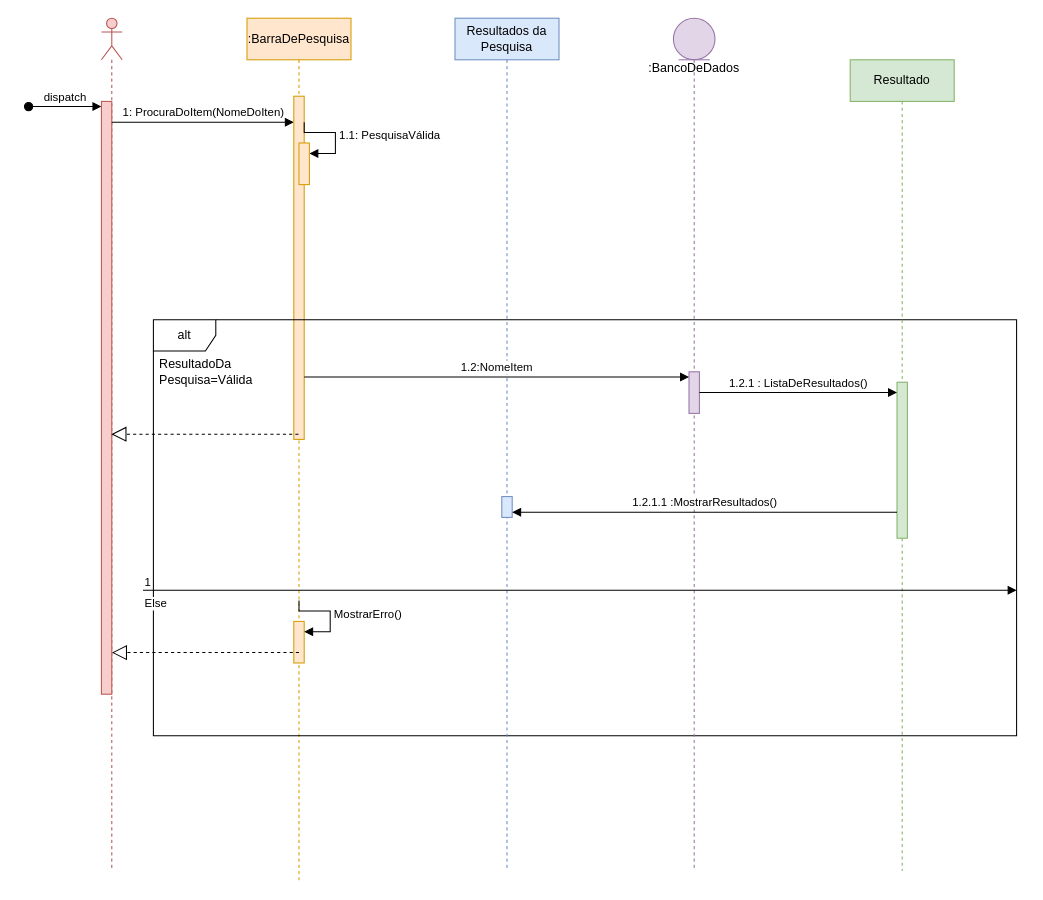
This is page "Sequência" (3 of 7) of Diagrama sem nome.drawio from Lotharzin/Valley-Of-Cleaning, a draw.io file, before an edit. Source tidied: cells renumbered, new cells numbered last; positions are measured from the earlier drawing's top-left corner, leaving out a move shared by most shapes. Both pictures are drawn from the tidied source at 104%, with x=0, y=0 at pixel (28, 18).
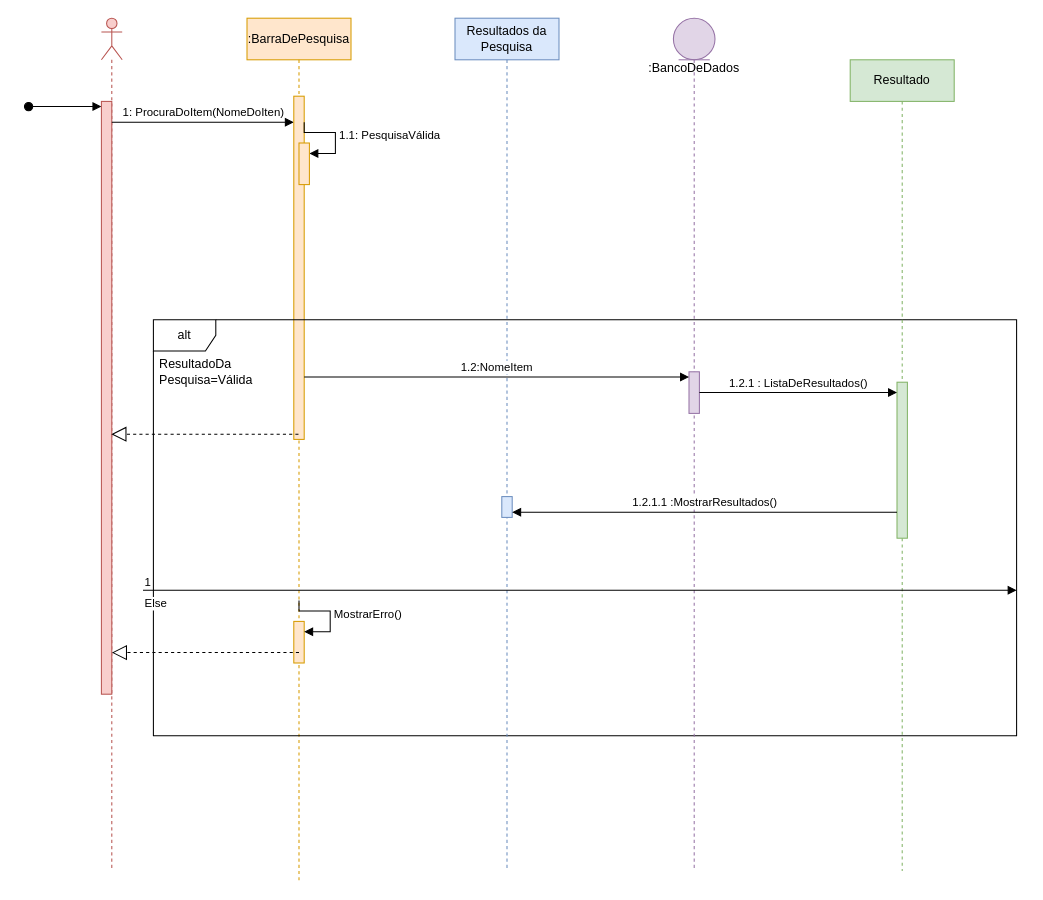
Above is the later version.

Unchanged cells that the change refers to:
```xml
<mxCell id="2" style="shape=umlLifeline;perimeter=lifelinePerimeter;whiteSpace=wrap;html=1;newEdgeStyle={&quot;curved&quot;:0,&quot;rounded&quot;:0};participant=umlActor;fillColor=#f8cecc;strokeColor=#b85450;" parent="1" vertex="1">
  <mxGeometry x="70" width="20" height="820" as="geometry" />
</mxCell>
<mxCell id="4" style="html=1;points=[[0,0,0,0,5],[0,1,0,0,-5],[1,0,0,0,5],[1,1,0,0,-5]];perimeter=orthogonalPerimeter;outlineConnect=0;targetShapes=umlLifeline;portConstraint=eastwest;newEdgeStyle={&quot;curved&quot;:0,&quot;rounded&quot;:0};fillColor=#f8cecc;strokeColor=#b85450;" parent="2" vertex="1">
  <mxGeometry y="80" width="10" height="570" as="geometry" />
</mxCell>
```

Change to the diagram source:
```diff
@@
-    <mxCell id="3" value="dispatch" style="html=1;verticalAlign=bottom;startArrow=oval;endArrow=block;startSize=8;curved=0;rounded=0;entryX=0;entryY=0;entryDx=0;entryDy=5;" parent="2" edge="1" target="4">
+    <mxCell id="3" style="html=1;verticalAlign=bottom;startArrow=oval;endArrow=block;startSize=8;curved=0;rounded=0;entryX=0;entryY=0;entryDx=0;entryDy=5;" parent="2" edge="1" target="4">
       <mxGeometry relative="1" as="geometry">
         <mxPoint x="-70" y="85" as="sourcePoint" />
       </mxGeometry>
     </mxCell>
```
